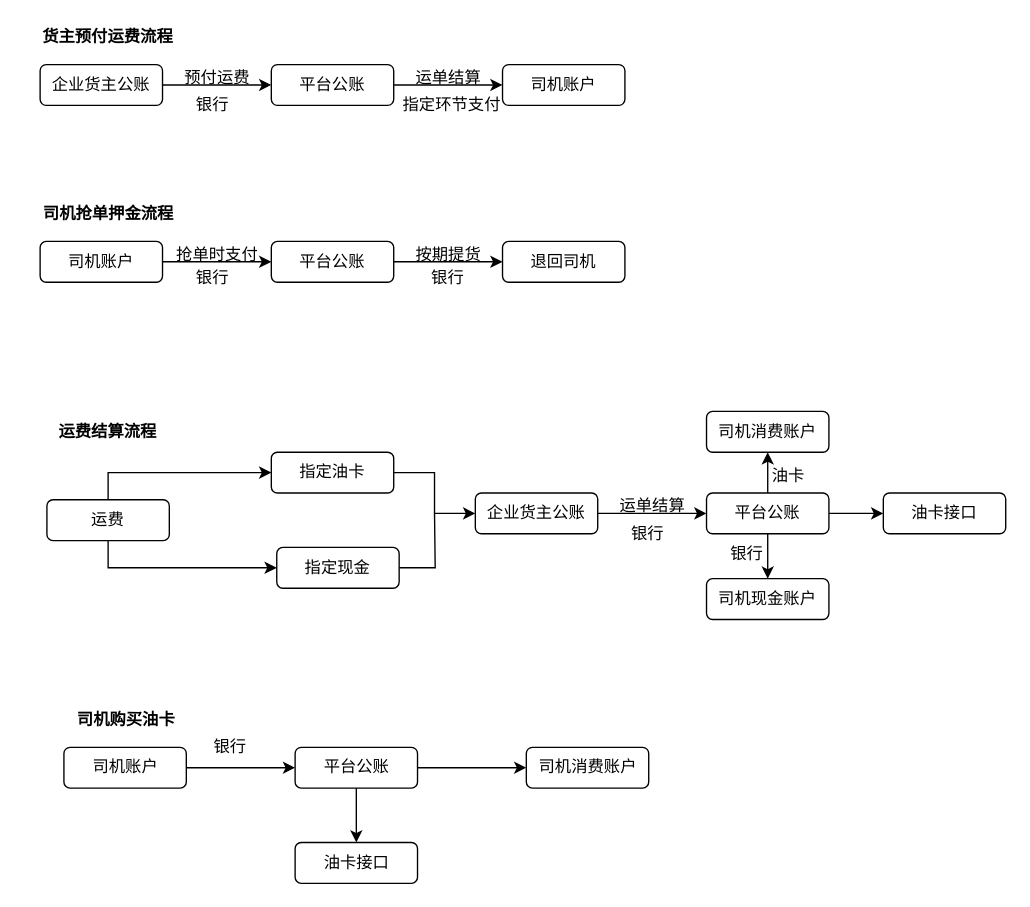
chenyibang/rdpwrap keeps this draw.io diagram as 支付流程.drawio. Above is the earlier version. Source tidied: cells renumbered, new cells numbered last; positions are measured from the earlier drawing's top-left corner, leaving out a move shared by most shapes. Both pictures are drawn from the tidied source at 136%, with x=0, y=0 at pixel (23, 23).
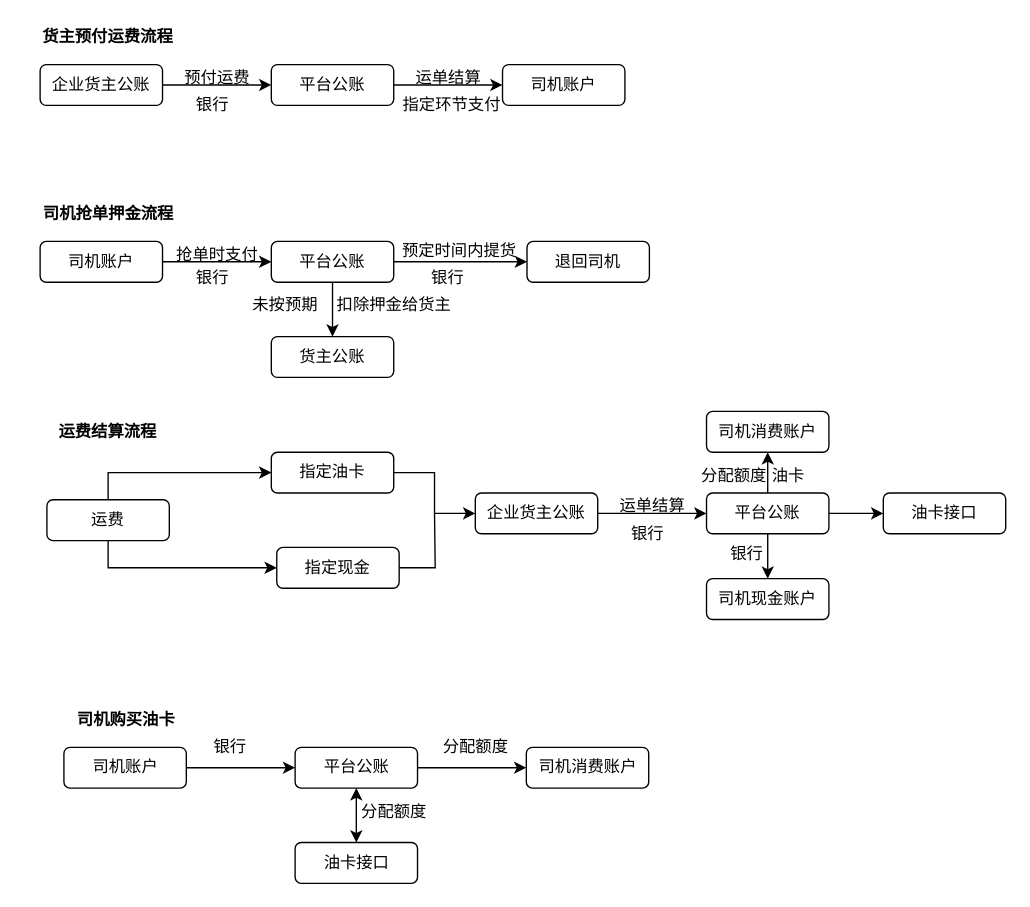
Above is the later version.

Commit message (it also covers changes not shown here):
更新支付流程.drawio

Unchanged cells that the change refers to:
```xml
<mxCell id="15" value="平台公账" style="rounded=1;whiteSpace=wrap;html=1;" parent="1" vertex="1">
  <mxGeometry x="182" y="160" width="90" height="30" as="geometry" />
</mxCell>
<mxCell id="47" value="平台公账" style="rounded=1;whiteSpace=wrap;html=1;" parent="1" vertex="1">
  <mxGeometry x="199.5" y="532" width="90" height="30" as="geometry" />
</mxCell>
<mxCell id="48" value="油卡接口" style="rounded=1;whiteSpace=wrap;html=1;" parent="1" vertex="1">
  <mxGeometry x="199.5" y="602" width="90" height="30" as="geometry" />
</mxCell>
```

Change to the diagram source:
```diff
@@
+    <mxCell id="52" style="edgeStyle=orthogonalEdgeStyle;rounded=0;jettySize=auto;html=1;startArrow=none;startFill=0;endArrow=classic;endFill=1;" parent="1" edge="1" source="15" target="53">
+      <mxGeometry relative="1" as="geometry" />
+    </mxCell>
@@
+    <mxCell id="53" value="货主公账" style="rounded=1;whiteSpace=wrap;html=1;" parent="1" vertex="1">
+      <mxGeometry x="182" y="230" width="90" height="30" as="geometry" />
+    </mxCell>
     <mxCell id="16" value="退回司机" style="rounded=1;whiteSpace=wrap;html=1;" parent="1" vertex="1">
-      <mxGeometry x="352" y="160" width="90" height="30" as="geometry" />
+      <mxGeometry x="370" y="160" width="90" height="30" as="geometry" />
     </mxCell>
@@
-    <mxCell id="18" value="按期提货" style="text;html=1;align=center;verticalAlign=middle;" parent="1" vertex="1">
-      <mxGeometry x="282" y="160" width="60" height="20" as="geometry" />
+    <mxCell id="18" value="预定时间内提货" style="text;html=1;align=center;verticalAlign=middle;" parent="1" vertex="1">
+      <mxGeometry x="270" y="157" width="100" height="20" as="geometry" />
     </mxCell>
@@
-    <mxCell id="46" style="edgeStyle=orthogonalEdgeStyle;rounded=0;jettySize=auto;html=1;startArrow=none;startFill=0;endArrow=classic;endFill=1;" parent="1" edge="1" source="47" target="48">
+    <mxCell id="46" style="edgeStyle=orthogonalEdgeStyle;rounded=0;jettySize=auto;html=1;startArrow=classic;startFill=1;endArrow=classic;endFill=1;" parent="1" edge="1" source="47" target="48">
       <mxGeometry relative="1" as="geometry" />
     </mxCell>
@@
+    <mxCell id="54" value="分配额度" style="text;html=1;align=center;verticalAlign=middle;" parent="1" vertex="1">
+      <mxGeometry x="242" y="570" width="60" height="20" as="geometry" />
+    </mxCell>
+    <mxCell id="55" value="分配额度" style="text;html=1;align=center;verticalAlign=middle;" parent="1" vertex="1">
+      <mxGeometry x="302" y="522" width="60" height="20" as="geometry" />
+    </mxCell>
+    <mxCell id="56" value="分配额度" style="text;html=1;align=center;verticalAlign=middle;" parent="1" vertex="1">
+      <mxGeometry x="492" y="323" width="60" height="20" as="geometry" />
+    </mxCell>
+    <mxCell id="57" value="扣除押金给货主" style="text;html=1;align=center;verticalAlign=middle;" parent="1" vertex="1">
+      <mxGeometry x="222" y="197" width="100" height="20" as="geometry" />
+    </mxCell>
+    <mxCell id="58" value="未按预期" style="text;html=1;align=center;verticalAlign=middle;" parent="1" vertex="1">
+      <mxGeometry x="162" y="197" width="60" height="20" as="geometry" />
+    </mxCell>
```
